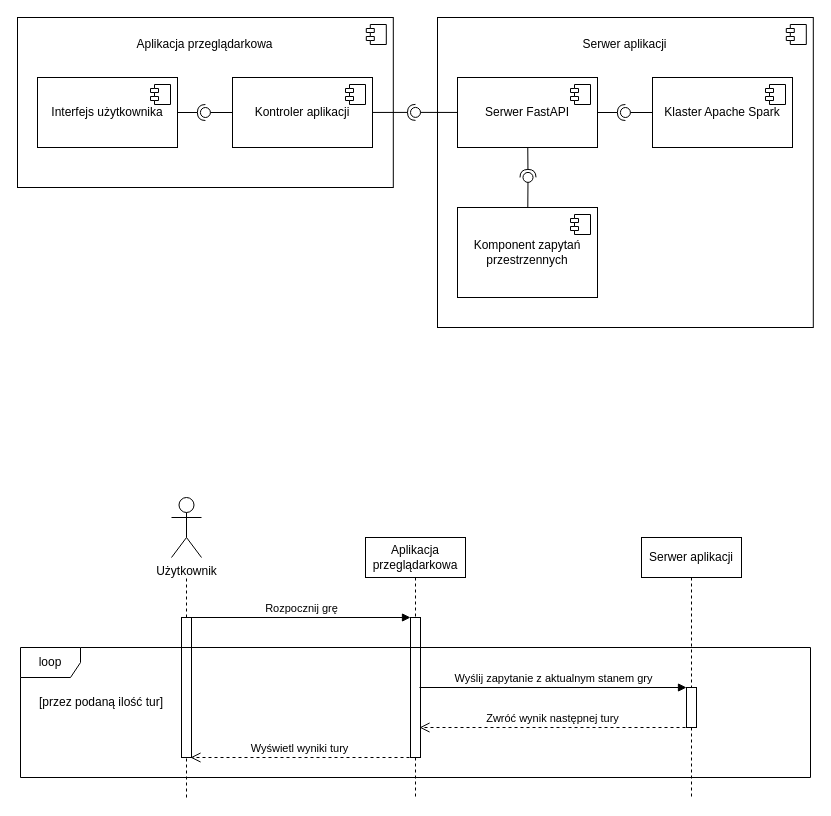
Above: geoprison_diagrams.drawio in radekaadek/geoprison (draw.io), before the change. Source tidied: cells renumbered, new cells numbered last; positions are measured from the earlier drawing's top-left corner, leaving out a move shared by most shapes. Both pictures are drawn from the tidied source at 100%, with x=0, y=0 at pixel (17, 17).
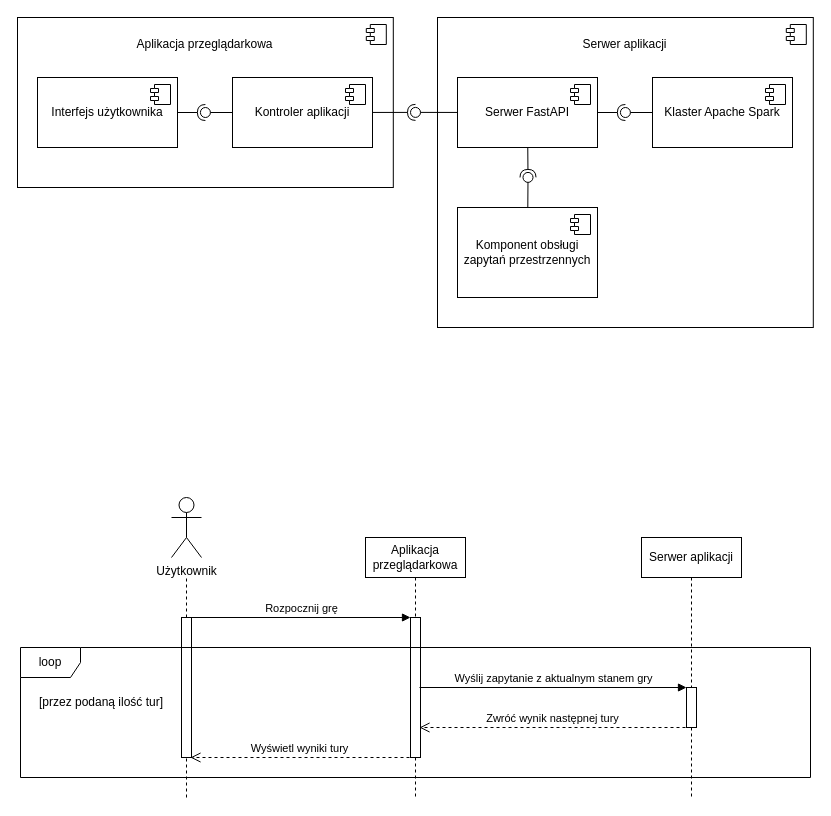
After the change.

What changed in the source:
```diff
@@
-    <mxCell id="24" value="Komponent zapytań przestrzennych" style="html=1;whiteSpace=wrap;" parent="1" vertex="1">
+    <mxCell id="24" value="Komponent obsługi zapytań przestrzennych" style="html=1;whiteSpace=wrap;" parent="1" vertex="1">
       <mxGeometry x="440" y="190" width="140" height="90" as="geometry" />
     </mxCell>
```
